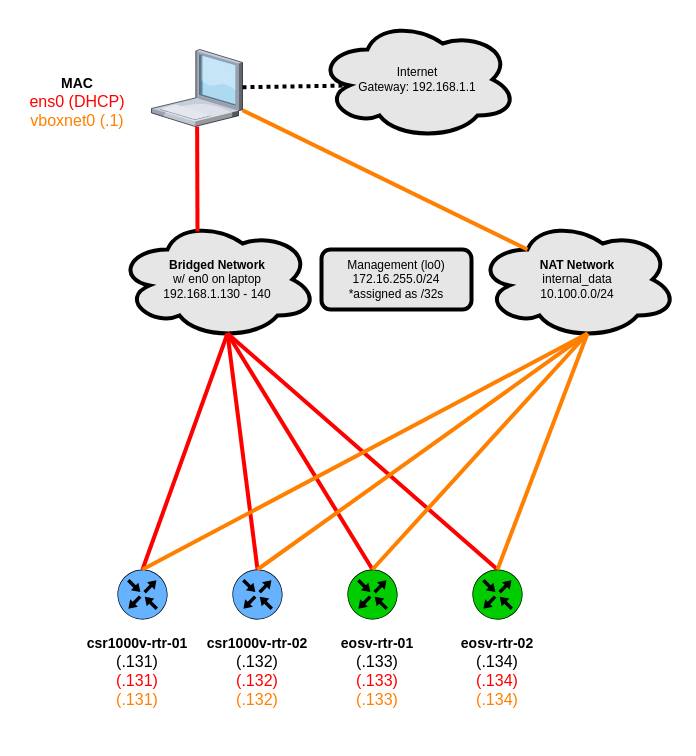
Earlier version of the draw.io diagram virtual-box-lab/lab-network.drawio (j0hn3/network_programmability_experiments). Source tidied: cells renumbered, new cells numbered last; positions are measured from the earlier drawing's top-left corner, leaving out a move shared by most shapes. Both pictures are drawn from the tidied source at 100%, with x=0, y=0 at pixel (17, 19).
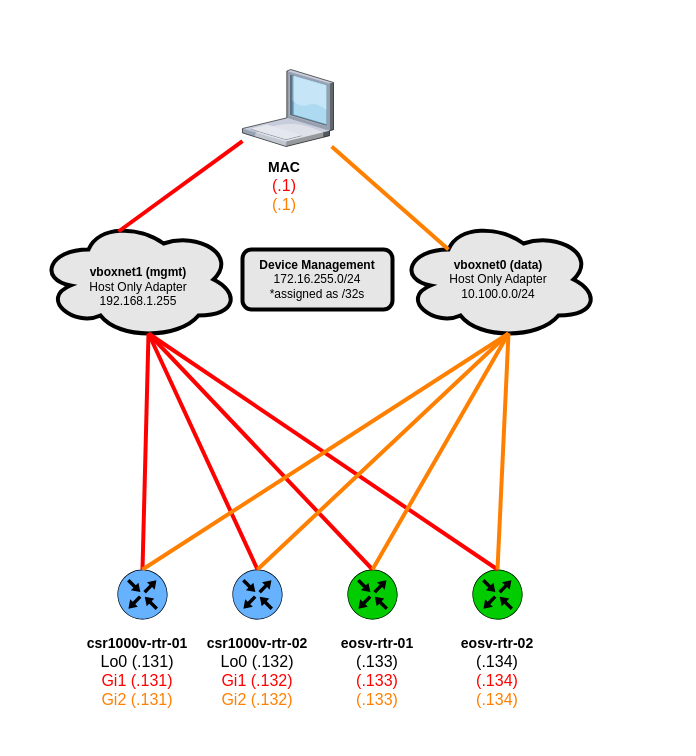
The same page after the edit.

Commit message (it also covers changes not shown here):
updated lab diagram

The edit, as a diff of the source:
```diff
@@
-    <mxCell id="3" value="&lt;div&gt;&lt;b&gt;NAT Network&lt;/b&gt;&lt;/div&gt;&lt;div&gt;internal_data&lt;/div&gt;&lt;div&gt;10.100.0.0/24&lt;br&gt;&lt;/div&gt;" style="ellipse;shape=cloud;whiteSpace=wrap;html=1;strokeWidth=4;fillColor=#E6E6E6;" parent="1" vertex="1">
-      <mxGeometry x="460" y="200" width="200" height="120" as="geometry" />
+    <mxCell id="3" value="&lt;div&gt;&lt;b&gt;vboxnet0 (data)&lt;br&gt;&lt;/b&gt;&lt;/div&gt;&lt;div&gt;Host Only Adapter&lt;br&gt;&lt;/div&gt;&lt;div&gt;10.100.0.0/24&lt;/div&gt;" style="ellipse;shape=cloud;whiteSpace=wrap;html=1;strokeWidth=4;fillColor=#E6E6E6;" parent="1" vertex="1">
+      <mxGeometry x="381" y="200" width="200" height="120" as="geometry" />
     </mxCell>
     <mxCell id="4" style="verticalLabelPosition=bottom;html=1;verticalAlign=top;strokeColor=none;align=center;outlineConnect=0;shape=mxgraph.citrix.laptop_1;" parent="1" vertex="1">
-      <mxGeometry x="134" y="30" width="91" height="77" as="geometry" />
+      <mxGeometry x="225" y="50" width="91" height="77" as="geometry" />
     </mxCell>
-    <mxCell id="5" value="&lt;div&gt;&lt;b&gt;Bridged Network&lt;/b&gt;&lt;/div&gt;&lt;div&gt;w/ en0 on laptop&lt;/div&gt;&lt;div&gt;192.168.1.130 - 140&lt;br&gt;&lt;/div&gt;" style="ellipse;shape=cloud;whiteSpace=wrap;html=1;strokeWidth=4;fillColor=#E6E6E6;" parent="1" vertex="1">
-      <mxGeometry x="100" y="200" width="200" height="120" as="geometry" />
+    <mxCell id="5" value="&lt;br&gt;&lt;div&gt;&lt;b&gt;vboxnet1 (mgmt)&lt;br&gt;&lt;/b&gt;&lt;/div&gt;&lt;div&gt;Host Only Adapter&lt;br&gt;&lt;/div&gt;&lt;div&gt;192.168.1.255&lt;br&gt;&lt;/div&gt;" style="ellipse;shape=cloud;whiteSpace=wrap;html=1;strokeWidth=4;fillColor=#E6E6E6;" parent="1" vertex="1">
+      <mxGeometry x="21" y="200" width="200" height="120" as="geometry" />
     </mxCell>
@@
-    <mxCell id="14" value="&lt;div&gt;&lt;font style=&quot;font-size: 14px&quot;&gt;&lt;b&gt;csr1000v-rtr-01&lt;/b&gt;&lt;/font&gt;&lt;/div&gt;&lt;div&gt;&lt;font style=&quot;font-size: 14px&quot;&gt;&lt;font size=&quot;3&quot;&gt;(.131)&lt;/font&gt;&lt;b&gt;&lt;br&gt;&lt;/b&gt;&lt;/font&gt;&lt;/div&gt;&lt;div&gt;&lt;font size=&quot;3&quot; color=&quot;#FF0000&quot;&gt;(.131)&lt;/font&gt;&lt;/div&gt;&lt;div&gt;&lt;font size=&quot;3&quot; color=&quot;#FF8000&quot;&gt;(.131)&lt;/font&gt;&lt;b&gt;&lt;br&gt;&lt;/b&gt;&lt;/div&gt;&lt;div&gt;&lt;b&gt;&lt;br&gt;&lt;/b&gt;&lt;/div&gt;" style="text;html=1;strokeColor=none;fillColor=none;align=center;verticalAlign=middle;whiteSpace=wrap;rounded=0;" parent="1" vertex="1">
+    <mxCell id="14" value="&lt;div&gt;&lt;font style=&quot;font-size: 14px&quot;&gt;&lt;b&gt;csr1000v-rtr-01&lt;/b&gt;&lt;/font&gt;&lt;/div&gt;&lt;div&gt;&lt;font style=&quot;font-size: 14px&quot;&gt;&lt;font size=&quot;3&quot;&gt;Lo0 (.131)&lt;/font&gt;&lt;b&gt;&lt;br&gt;&lt;/b&gt;&lt;/font&gt;&lt;/div&gt;&lt;div&gt;&lt;font size=&quot;3&quot; color=&quot;#FF0000&quot;&gt;Gi1 (.131)&lt;/font&gt;&lt;/div&gt;&lt;div&gt;&lt;font size=&quot;3&quot; color=&quot;#FF8000&quot;&gt;Gi2 (.131)&lt;/font&gt;&lt;b&gt;&lt;br&gt;&lt;/b&gt;&lt;/div&gt;&lt;div&gt;&lt;b&gt;&lt;br&gt;&lt;/b&gt;&lt;/div&gt;" style="text;html=1;strokeColor=none;fillColor=none;align=center;verticalAlign=middle;whiteSpace=wrap;rounded=0;" parent="1" vertex="1">
       <mxGeometry x="60" y="600" width="120" height="120" as="geometry" />
     </mxCell>
-    <mxCell id="15" value="&lt;div&gt;&lt;font style=&quot;font-size: 14px&quot;&gt;&lt;b&gt;csr1000v-rtr-02&lt;/b&gt;&lt;/font&gt;&lt;br&gt;&lt;div&gt;&lt;font style=&quot;font-size: 14px&quot;&gt;&lt;font size=&quot;3&quot;&gt;(.132)&lt;/font&gt;&lt;b&gt;&lt;br&gt;&lt;/b&gt;&lt;/font&gt;&lt;/div&gt;&lt;/div&gt;&lt;div&gt;&lt;font size=&quot;3&quot; color=&quot;#FF0000&quot;&gt;(.132)&lt;/font&gt;&lt;/div&gt;&lt;div&gt;&lt;font size=&quot;3&quot; color=&quot;#FF8000&quot;&gt;(.132)&lt;/font&gt;&lt;b&gt;&lt;br&gt;&lt;/b&gt;&lt;/div&gt;&lt;div&gt;&lt;b&gt;&lt;br&gt;&lt;/b&gt;&lt;/div&gt;" style="text;html=1;strokeColor=none;fillColor=none;align=center;verticalAlign=middle;whiteSpace=wrap;rounded=0;" parent="1" vertex="1">
+    <mxCell id="15" value="&lt;div&gt;&lt;font style=&quot;font-size: 14px&quot;&gt;&lt;b&gt;csr1000v-rtr-02&lt;/b&gt;&lt;/font&gt;&lt;br&gt;&lt;div&gt;&lt;font style=&quot;font-size: 14px&quot;&gt;&lt;font size=&quot;3&quot;&gt;Lo0 (.132)&lt;/font&gt;&lt;b&gt;&lt;br&gt;&lt;/b&gt;&lt;/font&gt;&lt;/div&gt;&lt;/div&gt;&lt;div&gt;&lt;font size=&quot;3&quot; color=&quot;#FF0000&quot;&gt;Gi1 (.132)&lt;/font&gt;&lt;/div&gt;&lt;div&gt;&lt;font size=&quot;3&quot; color=&quot;#FF8000&quot;&gt;Gi2 (.132)&lt;/font&gt;&lt;b&gt;&lt;br&gt;&lt;/b&gt;&lt;/div&gt;&lt;div&gt;&lt;b&gt;&lt;br&gt;&lt;/b&gt;&lt;/div&gt;" style="text;html=1;strokeColor=none;fillColor=none;align=center;verticalAlign=middle;whiteSpace=wrap;rounded=0;" parent="1" vertex="1">
       <mxGeometry x="180" y="600" width="120" height="120" as="geometry" />
     </mxCell>
@@
-    <mxCell id="22" value="&lt;div&gt;Internet&lt;/div&gt;&lt;div&gt;Gateway: 192.168.1.1&lt;br&gt;&lt;/div&gt;" style="ellipse;shape=cloud;whiteSpace=wrap;html=1;strokeWidth=4;fillColor=#E6E6E6;" parent="1" vertex="1">
-      <mxGeometry x="300" width="200" height="120" as="geometry" />
-    </mxCell>
-    <mxCell id="23" style="endArrow=none;html=1;strokeWidth=4;entryX=0.16;entryY=0.55;entryDx=0;entryDy=0;entryPerimeter=0;dashed=1;dashPattern=1 1;" parent="1" edge="1" source="4" target="22">
-      <mxGeometry relative="1" as="geometry" />
-    </mxCell>
-    <mxCell id="24" value="&lt;div&gt;Management (lo0)&lt;/div&gt;&lt;div&gt;172.16.255.0/24&lt;/div&gt;&lt;div&gt;*assigned as /32s&lt;br&gt;&lt;/div&gt;" style="rounded=1;whiteSpace=wrap;html=1;strokeColor=#000000;strokeWidth=4;fillColor=#E6E6E6;" parent="1" vertex="1">
-      <mxGeometry x="304" y="230" width="150" height="60" as="geometry" />
+    <mxCell id="24" value="&lt;div&gt;&lt;b&gt;Device Management &lt;br&gt;&lt;/b&gt;&lt;/div&gt;&lt;div&gt;172.16.255.0/24&lt;/div&gt;&lt;div&gt;*assigned as /32s&lt;br&gt;&lt;/div&gt;" style="rounded=1;whiteSpace=wrap;html=1;strokeColor=#000000;strokeWidth=4;fillColor=#E6E6E6;" parent="1" vertex="1">
+      <mxGeometry x="225" y="230" width="150" height="60" as="geometry" />
     </mxCell>
@@
-    <mxCell id="26" value="&lt;div&gt;&lt;font style=&quot;font-size: 14px&quot;&gt;&lt;b&gt;MAC&lt;/b&gt;&lt;/font&gt;&lt;/div&gt;&lt;div&gt;&lt;font size=&quot;3&quot; color=&quot;#FF8000&quot;&gt;&lt;font color=&quot;#FF0000&quot;&gt;ens0 (DHCP)&lt;/font&gt;&lt;br&gt;&lt;/font&gt;&lt;/div&gt;&lt;div&gt;&lt;font size=&quot;3&quot; color=&quot;#FF8000&quot;&gt;vboxnet0 (.1)&lt;/font&gt;&lt;b&gt;&lt;br&gt;&lt;/b&gt;&lt;/div&gt;&lt;div&gt;&lt;b&gt;&lt;br&gt;&lt;/b&gt;&lt;/div&gt;" style="text;html=1;strokeColor=none;fillColor=none;align=center;verticalAlign=middle;whiteSpace=wrap;rounded=0;" parent="1" vertex="1">
-      <mxGeometry y="30" width="120" height="120" as="geometry" />
+    <mxCell id="26" value="&lt;div&gt;&lt;font style=&quot;font-size: 14px&quot;&gt;&lt;b&gt;MAC&lt;/b&gt;&lt;/font&gt;&lt;/div&gt;&lt;div&gt;&lt;font size=&quot;3&quot; color=&quot;#FF8000&quot;&gt;&lt;font color=&quot;#FF0000&quot;&gt;(.1)&lt;/font&gt;&lt;br&gt;&lt;/font&gt;&lt;/div&gt;&lt;div&gt;&lt;font size=&quot;3&quot; color=&quot;#FF8000&quot;&gt;(.1)&lt;/font&gt;&lt;b&gt;&lt;br&gt;&lt;/b&gt;&lt;/div&gt;&lt;div&gt;&lt;b&gt;&lt;br&gt;&lt;/b&gt;&lt;/div&gt;" style="text;html=1;strokeColor=none;fillColor=none;align=center;verticalAlign=middle;whiteSpace=wrap;rounded=0;" parent="1" vertex="1">
+      <mxGeometry x="207" y="127" width="120" height="93" as="geometry" />
     </mxCell>
```
